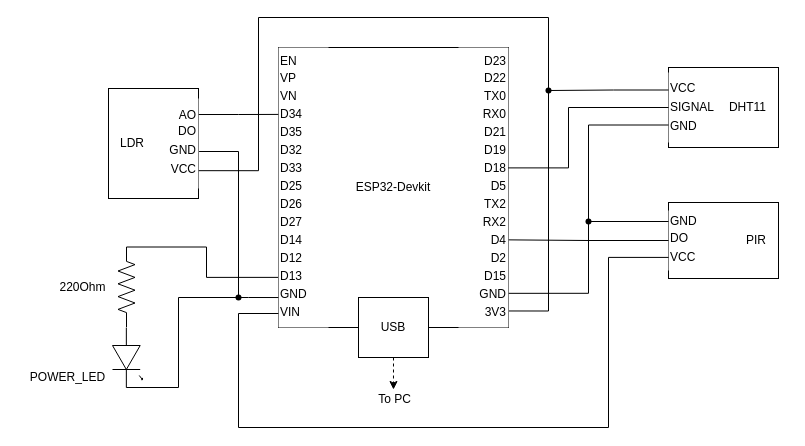
The draw.io diagram docs/wiring-diagram.drawio in danielpardo716/esp32-multi-sensor, before the edit. Source tidied: cells renumbered, new cells numbered last; positions are measured from the earlier drawing's top-left corner, leaving out a move shared by most shapes. Both pictures are drawn from the tidied source at 100%, with x=0, y=0 at pixel (17, 17).
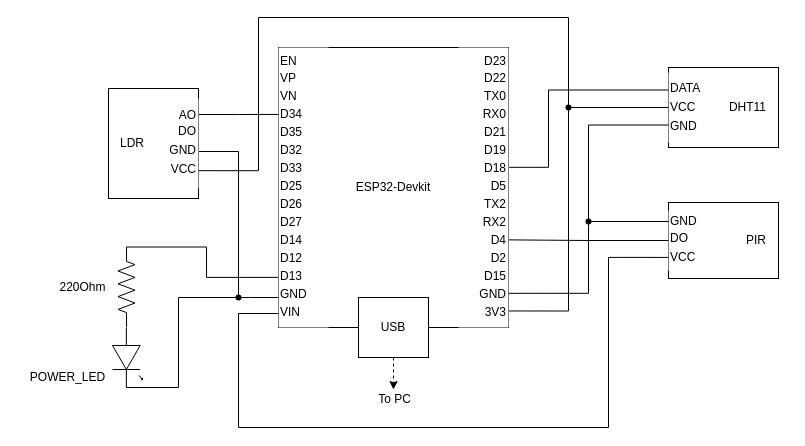
The same diagram, later.

Unchanged cells that the change refers to:
```xml
<mxCell id="8" value="ESP32-Devkit" style="whiteSpace=wrap;html=1;" parent="7" vertex="1">
  <mxGeometry width="230" height="280" as="geometry" />
</mxCell>
<mxCell id="10" value="D23&lt;div style=&quot;line-height: 150%;&quot;&gt;D22&lt;/div&gt;&lt;div style=&quot;line-height: 150%;&quot;&gt;TX0&lt;/div&gt;&lt;div style=&quot;line-height: 150%;&quot;&gt;RX0&lt;/div&gt;&lt;div style=&quot;line-height: 150%;&quot;&gt;D21&lt;/div&gt;&lt;div style=&quot;line-height: 150%;&quot;&gt;D19&lt;/div&gt;&lt;div style=&quot;line-height: 150%;&quot;&gt;D18&lt;/div&gt;&lt;div style=&quot;line-height: 150%;&quot;&gt;D5&lt;/div&gt;&lt;div style=&quot;line-height: 150%;&quot;&gt;TX2&lt;/div&gt;&lt;div style=&quot;line-height: 150%;&quot;&gt;RX2&lt;/div&gt;&lt;div style=&quot;line-height: 150%;&quot;&gt;D4&lt;/div&gt;&lt;div style=&quot;line-height: 150%;&quot;&gt;D2&lt;/div&gt;&lt;div style=&quot;line-height: 150%;&quot;&gt;D15&lt;/div&gt;&lt;div style=&quot;line-height: 150%;&quot;&gt;GND&lt;/div&gt;&lt;div style=&quot;line-height: 150%;&quot;&gt;3V3&lt;/div&gt;" style="whiteSpace=wrap;html=1;spacingTop=0;spacing=2;align=right;strokeColor=none;" parent="7" vertex="1">
  <mxGeometry x="180" width="50" height="280" as="geometry" />
</mxCell>
<mxCell id="14" style="group;flipH=1;" parent="1" vertex="1">
  <mxGeometry x="651" y="50" width="120" height="80" as="geometry" />
</mxCell>
<mxCell id="15" value="DHT11" style="whiteSpace=wrap;html=1;align=right;spacingLeft=0;spacingRight=10;" parent="14" vertex="1">
  <mxGeometry width="110" height="80" as="geometry" />
</mxCell>
<mxCell id="19" value="AO&lt;div style=&quot;line-height: 160%;&quot;&gt;DO&lt;/div&gt;&lt;div style=&quot;line-height: 160%;&quot;&gt;GND&lt;/div&gt;&lt;div style=&quot;line-height: 160%;&quot;&gt;VCC&lt;/div&gt;" style="whiteSpace=wrap;html=1;align=right;strokeColor=none;" parent="17" vertex="1">
  <mxGeometry x="60" y="10" width="30" height="90" as="geometry" />
</mxCell>
```

The edit, as a diff of the source:
```diff
@@
-    <mxCell id="16" value="&lt;div style=&quot;line-height: 160%;&quot;&gt;VCC&lt;/div&gt;&lt;div style=&quot;line-height: 160%;&quot;&gt;SIGNAL&lt;/div&gt;&lt;div style=&quot;line-height: 160%;&quot;&gt;GND&lt;/div&gt;" style="whiteSpace=wrap;html=1;align=left;strokeColor=none;" parent="14" vertex="1">
+    <mxCell id="16" value="&lt;div style=&quot;line-height: 160%;&quot;&gt;DATA&lt;/div&gt;&lt;div style=&quot;line-height: 160%;&quot;&gt;VCC&lt;/div&gt;&lt;div style=&quot;line-height: 160%;&quot;&gt;GND&lt;/div&gt;" style="whiteSpace=wrap;html=1;align=left;strokeColor=none;" parent="14" vertex="1">
       <mxGeometry y="5" width="50" height="70" as="geometry" />
     </mxCell>
@@
-    <mxCell id="22" style="edgeStyle=orthogonalEdgeStyle;html=1;exitX=0;exitY=0.5;exitDx=0;exitDy=0;rounded=0;curved=0;endArrow=none;endFill=0;entryX=0.993;entryY=0.43;entryDx=0;entryDy=0;entryPerimeter=0;" parent="1" edge="1" source="15" target="10">
-      <mxGeometry relative="1" as="geometry">
-        <Array as="points">
-          <mxPoint x="551" y="90" />
-          <mxPoint x="551" y="150" />
-        </Array>
-      </mxGeometry>
+    <mxCell id="22" style="edgeStyle=orthogonalEdgeStyle;html=1;exitX=0;exitY=0.5;exitDx=0;exitDy=0;rounded=0;curved=0;endArrow=none;endFill=0;entryX=1.016;entryY=0.51;entryDx=0;entryDy=0;entryPerimeter=0;" parent="1" edge="1" source="15" target="25">
+      <mxGeometry relative="1" as="geometry" />
     </mxCell>
     <mxCell id="23" style="edgeStyle=orthogonalEdgeStyle;html=1;entryX=1.002;entryY=0.941;entryDx=0;entryDy=0;entryPerimeter=0;rounded=0;curved=0;endArrow=none;endFill=0;exitDx=0;exitDy=0;" parent="1" edge="1" source="25" target="8">
       <mxGeometry relative="1" as="geometry">
         <Array as="points">
-          <mxPoint x="531" y="293" />
+          <mxPoint x="551" y="294" />
         </Array>
       </mxGeometry>
     </mxCell>
     <mxCell id="24" style="edgeStyle=orthogonalEdgeStyle;html=1;exitX=1.007;exitY=0.802;exitDx=0;exitDy=0;entryX=0.571;entryY=0.664;entryDx=0;entryDy=0;entryPerimeter=0;rounded=0;curved=0;endArrow=none;endFill=0;exitPerimeter=0;" parent="1" edge="1" source="19" target="25">
       <mxGeometry relative="1" as="geometry">
         <Array as="points">
           <mxPoint x="241" y="153" />
           <mxPoint x="241" />
-          <mxPoint x="531" />
+          <mxPoint x="551" />
         </Array>
       </mxGeometry>
     </mxCell>
     <mxCell id="25" style="shape=waypoint;sketch=0;size=6;points=[];fillColor=none;perimeter=centerPerimeter;snapToPoint=1;" parent="1" vertex="1">
-      <mxGeometry x="521" y="63" width="20" height="20" as="geometry" />
+      <mxGeometry x="541" y="80" width="20" height="20" as="geometry" />
     </mxCell>
@@
-    <mxCell id="39" style="edgeStyle=orthogonalEdgeStyle;html=1;exitX=0;exitY=0.25;exitDx=0;exitDy=0;entryX=0.871;entryY=0.506;entryDx=0;entryDy=0;entryPerimeter=0;rounded=0;curved=0;endArrow=none;endFill=0;" parent="1" edge="1" source="16" target="25">
-      <mxGeometry relative="1" as="geometry" />
+    <mxCell id="39" style="edgeStyle=orthogonalEdgeStyle;html=1;exitX=0;exitY=0.25;exitDx=0;exitDy=0;rounded=0;curved=0;endArrow=none;endFill=0;entryX=1.015;entryY=0.428;entryDx=0;entryDy=0;entryPerimeter=0;" parent="1" edge="1" source="16" target="10">
+      <mxGeometry relative="1" as="geometry">
+        <Array as="points">
+          <mxPoint x="531" y="72" />
+          <mxPoint x="531" y="150" />
+        </Array>
+      </mxGeometry>
     </mxCell>
```
